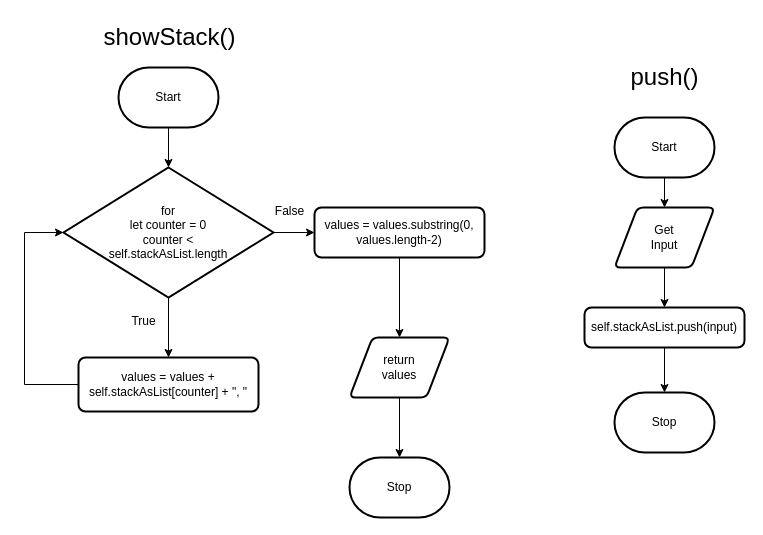
The draw.io diagram Unit2-01/flowchart.drawio in Troy-Appleby/ICS4U-Unit2-Troy-Appleby, before the edit. Source tidied: cells renumbered, new cells numbered last; positions are measured from the earlier drawing's top-left corner, leaving out a move shared by most shapes. Both pictures are drawn from the tidied source at 100%, with x=0, y=0 at pixel (24, 17).
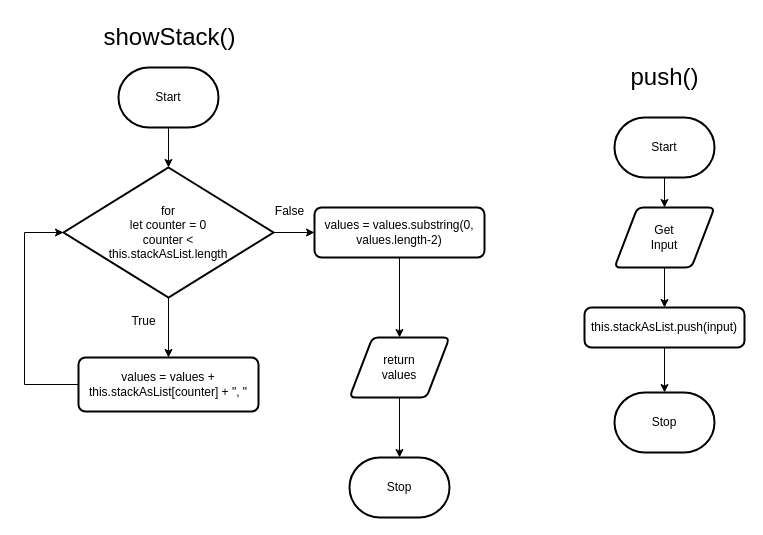
The same diagram, later.

Change to the diagram source:
```diff
@@
-    <mxCell id="8" value="&lt;div&gt;self.stackAsList.push(input)&lt;/div&gt;" style="rounded=1;whiteSpace=wrap;html=1;absoluteArcSize=1;arcSize=14;strokeWidth=2;" parent="1" vertex="1">
+    <mxCell id="8" value="&lt;div&gt;this.stackAsList.push(input)&lt;/div&gt;" style="rounded=1;whiteSpace=wrap;html=1;absoluteArcSize=1;arcSize=14;strokeWidth=2;" parent="1" vertex="1">
       <mxGeometry x="560" y="290" width="160" height="40" as="geometry" />
     </mxCell>
@@
-    <mxCell id="15" value="for&lt;br&gt;let counter = 0&lt;br&gt;counter &amp;lt; &lt;br&gt;self.stackAsList.length" style="strokeWidth=2;html=1;shape=mxgraph.flowchart.decision;whiteSpace=wrap;" parent="1" vertex="1">
+    <mxCell id="15" value="for&lt;br&gt;let counter = 0&lt;br&gt;counter &amp;lt; &lt;br&gt;this.stackAsList.length" style="strokeWidth=2;html=1;shape=mxgraph.flowchart.decision;whiteSpace=wrap;" parent="1" vertex="1">
       <mxGeometry x="39" y="150" width="210" height="130" as="geometry" />
     </mxCell>
@@
-    <mxCell id="17" value="&lt;div&gt;values = values + self.stackAsList[counter] + &quot;, &quot;&lt;/div&gt;" style="rounded=1;whiteSpace=wrap;html=1;absoluteArcSize=1;arcSize=14;strokeWidth=2;" parent="1" vertex="1">
+    <mxCell id="17" value="&lt;div&gt;values = values + this.stackAsList[counter] + &quot;, &quot;&lt;/div&gt;" style="rounded=1;whiteSpace=wrap;html=1;absoluteArcSize=1;arcSize=14;strokeWidth=2;" parent="1" vertex="1">
       <mxGeometry x="54" y="340" width="180" height="54" as="geometry" />
     </mxCell>
```
